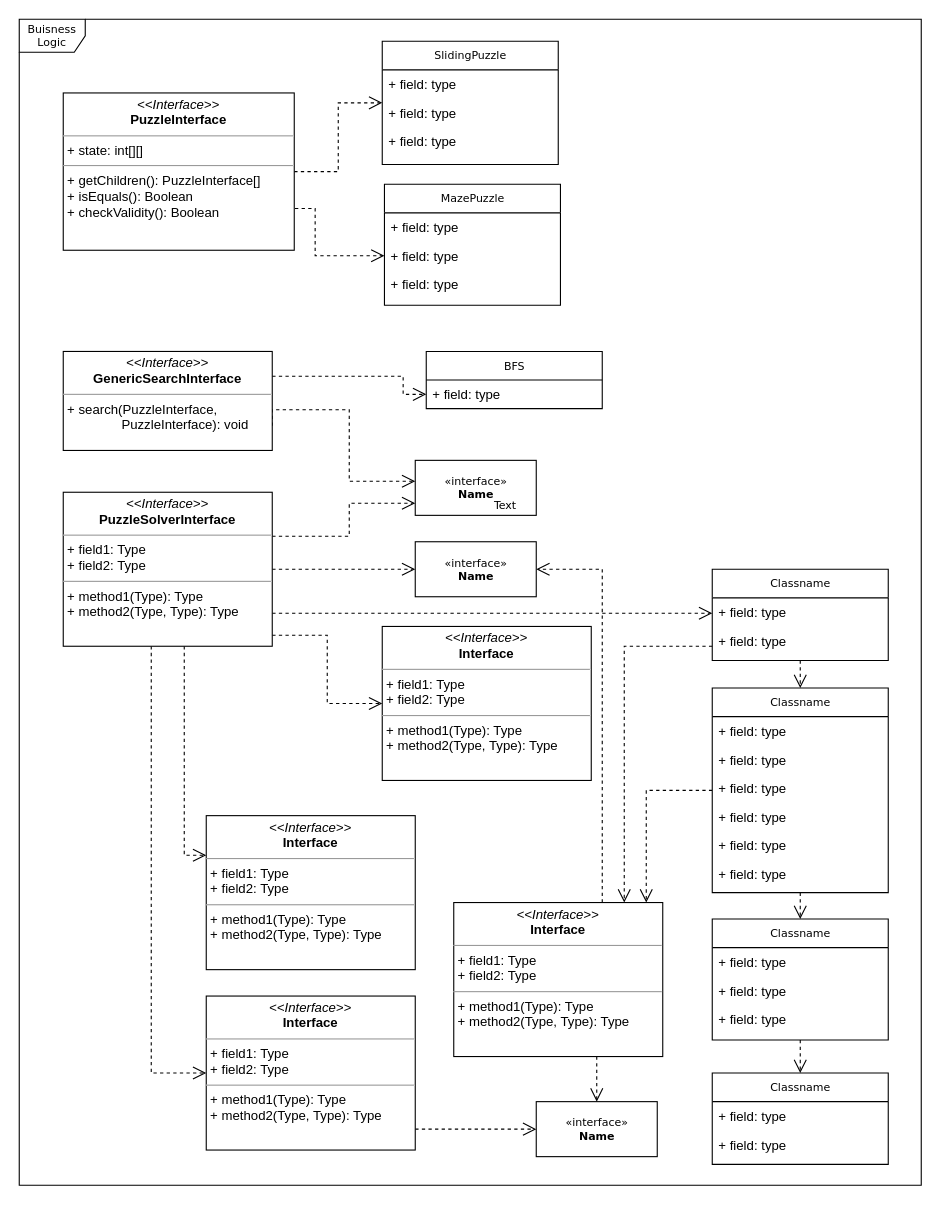
The draw.io diagram UML/diagram.drawio in interKoren/PuzzleSolver, before the edit. Source tidied: cells renumbered, new cells numbered last; positions are measured from the earlier drawing's top-left corner, leaving out a move shared by most shapes. Both pictures are drawn from the tidied source at 110%, with x=0, y=0 at pixel (19, 19).
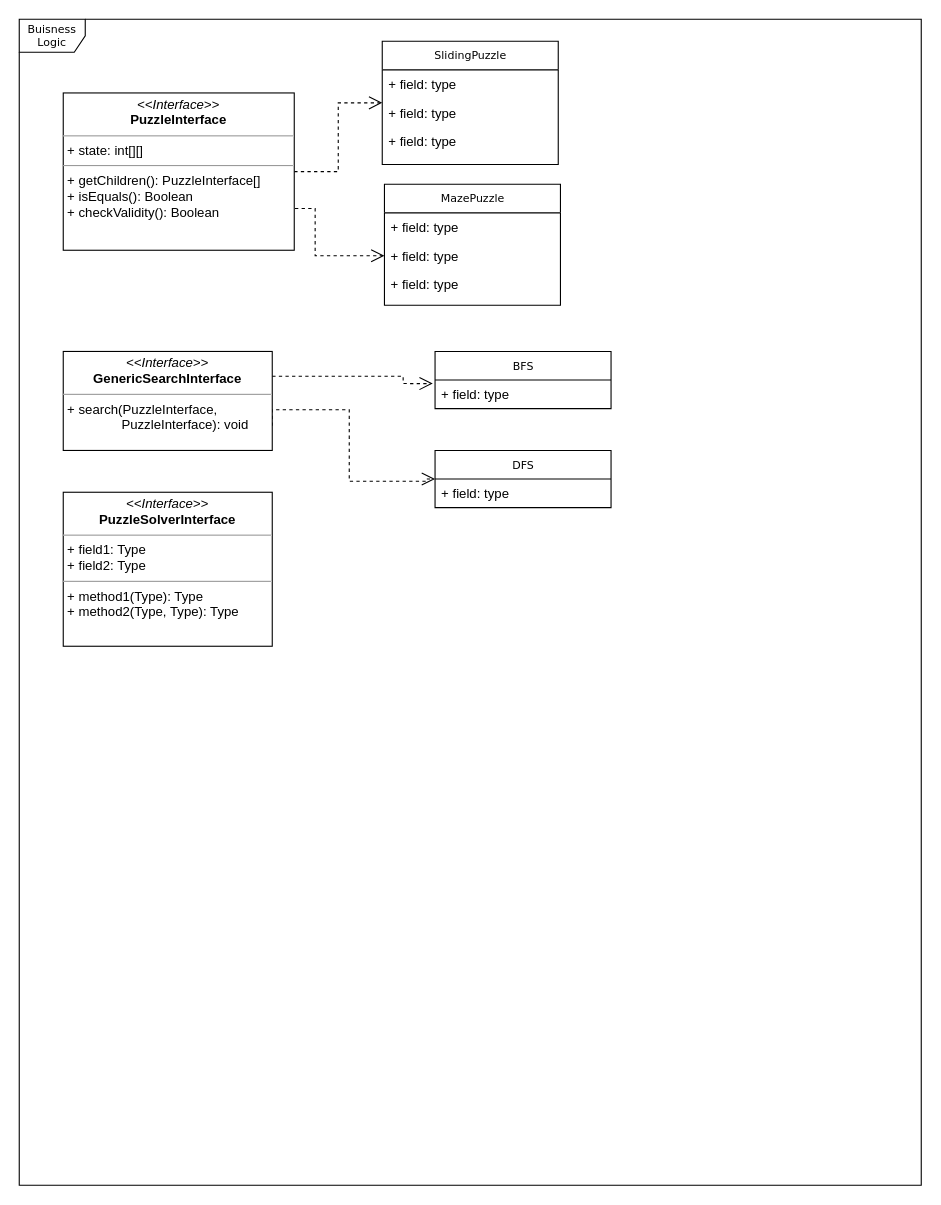
The same diagram, later.

Unchanged cells that the change refers to:
```xml
<mxCell id="47" value="&lt;p style=&quot;margin:0px;margin-top:4px;text-align:center;&quot;&gt;&lt;i&gt;&amp;lt;&amp;lt;Interface&amp;gt;&amp;gt;&lt;/i&gt;&lt;br&gt;&lt;b&gt;GenericSearchInterface&lt;/b&gt;&lt;/p&gt;&lt;hr size=&quot;1&quot;&gt;&lt;p style=&quot;margin:0px;margin-left:4px;&quot;&gt;&lt;/p&gt;&lt;p style=&quot;margin:0px;margin-left:4px;&quot;&gt;+ search(PuzzleInterface,&amp;nbsp;&lt;/p&gt;&lt;span style=&quot;white-space: pre;&quot;&gt;&#9;&lt;/span&gt;&lt;span style=&quot;white-space: pre;&quot;&gt;&#9;&lt;/span&gt;PuzzleInterface&lt;span style=&quot;background-color: initial;&quot;&gt;): void&lt;/span&gt;&lt;br&gt;&lt;p style=&quot;margin:0px;margin-left:4px;&quot;&gt;&lt;br&gt;&lt;/p&gt;" style="verticalAlign=top;align=left;overflow=fill;fontSize=12;fontFamily=Helvetica;html=1;rounded=0;shadow=0;comic=0;labelBackgroundColor=none;strokeWidth=1;" parent="1" vertex="1">
  <mxGeometry x="40" y="302" width="190" height="90" as="geometry" />
</mxCell>
<mxCell id="54" value="&lt;p style=&quot;margin:0px;margin-top:4px;text-align:center;&quot;&gt;&lt;i&gt;&amp;lt;&amp;lt;Interface&amp;gt;&amp;gt;&lt;/i&gt;&lt;br&gt;&lt;b&gt;PuzzleSolverInterface&lt;/b&gt;&lt;/p&gt;&lt;hr size=&quot;1&quot;&gt;&lt;p style=&quot;margin:0px;margin-left:4px;&quot;&gt;+ field1: Type&lt;br&gt;+ field2: Type&lt;/p&gt;&lt;hr size=&quot;1&quot;&gt;&lt;p style=&quot;margin:0px;margin-left:4px;&quot;&gt;+ method1(Type): Type&lt;br&gt;+ method2(Type, Type): Type&lt;/p&gt;" style="verticalAlign=top;align=left;overflow=fill;fontSize=12;fontFamily=Helvetica;html=1;rounded=0;shadow=0;comic=0;labelBackgroundColor=none;strokeWidth=1;" parent="1" vertex="1">
  <mxGeometry x="40" y="430" width="190" height="140" as="geometry" />
</mxCell>
<mxCell id="57" value="+ field: type" style="text;html=1;strokeColor=none;fillColor=none;align=left;verticalAlign=top;spacingLeft=4;spacingRight=4;whiteSpace=wrap;overflow=hidden;points=[[0,0.5],[1,0.5]];portConstraint=eastwest;" parent="56" vertex="1">
  <mxGeometry y="26" width="160" height="26" as="geometry" />
</mxCell>
```

Change to the diagram source:
```diff
@@
-    <mxCell id="3" style="edgeStyle=orthogonalEdgeStyle;rounded=0;html=1;dashed=1;labelBackgroundColor=none;startFill=0;endArrow=open;endFill=0;endSize=10;fontFamily=Verdana;fontSize=10;" parent="1" edge="1" source="5" target="35">
-      <mxGeometry relative="1" as="geometry">
-        <Array as="points">
-          <mxPoint x="570" y="701" />
-        </Array>
-      </mxGeometry>
-    </mxCell>
-    <mxCell id="4" style="edgeStyle=orthogonalEdgeStyle;rounded=0;html=1;dashed=1;labelBackgroundColor=none;startFill=0;endArrow=open;endFill=0;endSize=10;fontFamily=Verdana;fontSize=10;" parent="1" edge="1" source="5" target="24">
-      <mxGeometry relative="1" as="geometry" />
+    <mxCell id="4" style="edgeStyle=orthogonalEdgeStyle;rounded=0;html=1;dashed=1;labelBackgroundColor=none;startFill=0;endArrow=open;endFill=0;endSize=10;fontFamily=Verdana;fontSize=10;" parent="1" edge="1">
+      <mxGeometry relative="1" as="geometry">
+        <mxPoint x="710" y="794" as="sourcePoint" />
+      </mxGeometry>
     </mxCell>
-    <mxCell id="5" value="Classname" style="swimlane;html=1;fontStyle=0;horizontal=1;startSize=26;fillColor=none;swimlaneFillColor=#ffffff;rounded=0;shadow=0;comic=0;labelBackgroundColor=none;strokeWidth=1;fontFamily=Verdana;fontSize=10;align=center;" parent="1" vertex="1">
-      <mxGeometry x="630" y="608" width="160" height="186" as="geometry" />
-    </mxCell>
-    <mxCell id="6" value="+ field: type" style="text;html=1;strokeColor=none;fillColor=none;align=left;verticalAlign=top;spacingLeft=4;spacingRight=4;whiteSpace=wrap;overflow=hidden;" parent="5" vertex="1">
-      <mxGeometry y="26" width="160" height="26" as="geometry" />
-    </mxCell>
-    <mxCell id="7" value="+ field: type" style="text;html=1;strokeColor=none;fillColor=none;align=left;verticalAlign=top;spacingLeft=4;spacingRight=4;whiteSpace=wrap;overflow=hidden;" parent="5" vertex="1">
-      <mxGeometry y="52" width="160" height="26" as="geometry" />
-    </mxCell>
-    <mxCell id="8" value="+ field: type" style="text;html=1;strokeColor=none;fillColor=none;align=left;verticalAlign=top;spacingLeft=4;spacingRight=4;whiteSpace=wrap;overflow=hidden;" parent="5" vertex="1">
-      <mxGeometry y="78" width="160" height="26" as="geometry" />
-    </mxCell>
-    <mxCell id="9" value="+ field: type" style="text;html=1;strokeColor=none;fillColor=none;align=left;verticalAlign=top;spacingLeft=4;spacingRight=4;whiteSpace=wrap;overflow=hidden;" parent="5" vertex="1">
-      <mxGeometry y="104" width="160" height="26" as="geometry" />
-    </mxCell>
-    <mxCell id="10" value="+ field: type" style="text;html=1;strokeColor=none;fillColor=none;align=left;verticalAlign=top;spacingLeft=4;spacingRight=4;whiteSpace=wrap;overflow=hidden;" parent="5" vertex="1">
-      <mxGeometry y="130" width="160" height="26" as="geometry" />
-    </mxCell>
-    <mxCell id="11" value="+ field: type" style="text;html=1;strokeColor=none;fillColor=none;align=left;verticalAlign=top;spacingLeft=4;spacingRight=4;whiteSpace=wrap;overflow=hidden;" parent="5" vertex="1">
-      <mxGeometry y="156" width="160" height="26" as="geometry" />
-    </mxCell>
@@
-    <mxCell id="20" value="Classname" style="swimlane;html=1;fontStyle=0;horizontal=1;startSize=26;fillColor=none;swimlaneFillColor=#ffffff;rounded=0;shadow=0;comic=0;labelBackgroundColor=none;strokeWidth=1;fontFamily=Verdana;fontSize=10;align=center;" parent="1" vertex="1">
-      <mxGeometry x="630" y="958" width="160" height="83" as="geometry" />
-    </mxCell>
-    <mxCell id="21" value="+ field: type" style="text;html=1;strokeColor=none;fillColor=none;align=left;verticalAlign=top;spacingLeft=4;spacingRight=4;whiteSpace=wrap;overflow=hidden;" parent="20" vertex="1">
-      <mxGeometry y="26" width="160" height="26" as="geometry" />
-    </mxCell>
-    <mxCell id="22" value="+ field: type" style="text;html=1;strokeColor=none;fillColor=none;align=left;verticalAlign=top;spacingLeft=4;spacingRight=4;whiteSpace=wrap;overflow=hidden;" parent="20" vertex="1">
-      <mxGeometry y="52" width="160" height="26" as="geometry" />
-    </mxCell>
-    <mxCell id="23" style="edgeStyle=orthogonalEdgeStyle;rounded=0;html=1;dashed=1;labelBackgroundColor=none;startFill=0;endArrow=open;endFill=0;endSize=10;fontFamily=Verdana;fontSize=10;" parent="1" edge="1" source="24" target="20">
-      <mxGeometry relative="1" as="geometry" />
+    <mxCell id="23" style="edgeStyle=orthogonalEdgeStyle;rounded=0;html=1;dashed=1;labelBackgroundColor=none;startFill=0;endArrow=open;endFill=0;endSize=10;fontFamily=Verdana;fontSize=10;" parent="1" edge="1">
+      <mxGeometry relative="1" as="geometry">
+        <mxPoint x="710" y="928" as="sourcePoint" />
+      </mxGeometry>
     </mxCell>
-    <mxCell id="24" value="Classname" style="swimlane;html=1;fontStyle=0;horizontal=1;startSize=26;fillColor=none;swimlaneFillColor=#ffffff;rounded=0;shadow=0;comic=0;labelBackgroundColor=none;strokeWidth=1;fontFamily=Verdana;fontSize=10;align=center;" parent="1" vertex="1">
-      <mxGeometry x="630" y="818" width="160" height="110" as="geometry" />
-    </mxCell>
-    <mxCell id="25" value="+ field: type" style="text;html=1;strokeColor=none;fillColor=none;align=left;verticalAlign=top;spacingLeft=4;spacingRight=4;whiteSpace=wrap;overflow=hidden;" parent="24" vertex="1">
-      <mxGeometry y="26" width="160" height="26" as="geometry" />
-    </mxCell>
-    <mxCell id="26" value="+ field: type" style="text;html=1;strokeColor=none;fillColor=none;align=left;verticalAlign=top;spacingLeft=4;spacingRight=4;whiteSpace=wrap;overflow=hidden;" parent="24" vertex="1">
-      <mxGeometry y="52" width="160" height="26" as="geometry" />
-    </mxCell>
-    <mxCell id="27" value="+ field: type" style="text;html=1;strokeColor=none;fillColor=none;align=left;verticalAlign=top;spacingLeft=4;spacingRight=4;whiteSpace=wrap;overflow=hidden;" parent="24" vertex="1">
-      <mxGeometry y="78" width="160" height="26" as="geometry" />
-    </mxCell>
-    <mxCell id="28" style="edgeStyle=orthogonalEdgeStyle;rounded=0;html=1;dashed=1;labelBackgroundColor=none;startFill=0;endArrow=open;endFill=0;endSize=10;fontFamily=Verdana;fontSize=10;" parent="1" edge="1" source="29" target="5">
-      <mxGeometry relative="1" as="geometry" />
-    </mxCell>
-    <mxCell id="29" value="Classname" style="swimlane;html=1;fontStyle=0;horizontal=1;startSize=26;fillColor=none;swimlaneFillColor=#ffffff;rounded=0;shadow=0;comic=0;labelBackgroundColor=none;strokeWidth=1;fontFamily=Verdana;fontSize=10;align=center;" parent="1" vertex="1">
-      <mxGeometry x="630" y="500" width="160" height="83" as="geometry" />
-    </mxCell>
-    <mxCell id="30" value="+ field: type" style="text;html=1;strokeColor=none;fillColor=none;align=left;verticalAlign=top;spacingLeft=4;spacingRight=4;whiteSpace=wrap;overflow=hidden;" parent="29" vertex="1">
-      <mxGeometry y="26" width="160" height="26" as="geometry" />
-    </mxCell>
-    <mxCell id="31" value="+ field: type" style="text;html=1;strokeColor=none;fillColor=none;align=left;verticalAlign=top;spacingLeft=4;spacingRight=4;whiteSpace=wrap;overflow=hidden;" parent="29" vertex="1">
-      <mxGeometry y="52" width="160" height="26" as="geometry" />
-    </mxCell>
-    <mxCell id="32" value="&amp;laquo;interface&amp;raquo;&lt;br&gt;&lt;b&gt;Name&lt;/b&gt;" style="html=1;rounded=0;shadow=0;comic=0;labelBackgroundColor=none;strokeWidth=1;fontFamily=Verdana;fontSize=10;align=center;" parent="1" vertex="1">
-      <mxGeometry x="470" y="984" width="110" height="50" as="geometry" />
-    </mxCell>
-    <mxCell id="33" style="edgeStyle=orthogonalEdgeStyle;rounded=0;html=1;dashed=1;labelBackgroundColor=none;startFill=0;endArrow=open;endFill=0;endSize=10;fontFamily=Verdana;fontSize=10;" parent="1" edge="1" source="35" target="32">
+    <mxCell id="33" style="edgeStyle=orthogonalEdgeStyle;rounded=0;html=1;dashed=1;labelBackgroundColor=none;startFill=0;endArrow=open;endFill=0;endSize=10;fontFamily=Verdana;fontSize=10;" parent="1" edge="1">
       <mxGeometry relative="1" as="geometry">
+        <mxPoint x="525" y="943" as="sourcePoint" />
         <Array as="points">
           <mxPoint x="525" y="950" />
           <mxPoint x="525" y="950" />
         </Array>
       </mxGeometry>
     </mxCell>
-    <mxCell id="34" style="edgeStyle=orthogonalEdgeStyle;rounded=0;html=1;dashed=1;labelBackgroundColor=none;startFill=0;endArrow=open;endFill=0;endSize=10;fontFamily=Verdana;fontSize=10;" parent="1" edge="1" source="35" target="40">
-      <mxGeometry relative="1" as="geometry">
-        <Array as="points">
-          <mxPoint x="530" y="500" />
-        </Array>
-      </mxGeometry>
-    </mxCell>
-    <mxCell id="35" value="&lt;p style=&quot;margin:0px;margin-top:4px;text-align:center;&quot;&gt;&lt;i&gt;&amp;lt;&amp;lt;Interface&amp;gt;&amp;gt;&lt;/i&gt;&lt;br/&gt;&lt;b&gt;Interface&lt;/b&gt;&lt;/p&gt;&lt;hr size=&quot;1&quot;/&gt;&lt;p style=&quot;margin:0px;margin-left:4px;&quot;&gt;+ field1: Type&lt;br/&gt;+ field2: Type&lt;/p&gt;&lt;hr size=&quot;1&quot;/&gt;&lt;p style=&quot;margin:0px;margin-left:4px;&quot;&gt;+ method1(Type): Type&lt;br/&gt;+ method2(Type, Type): Type&lt;/p&gt;" style="verticalAlign=top;align=left;overflow=fill;fontSize=12;fontFamily=Helvetica;html=1;rounded=0;shadow=0;comic=0;labelBackgroundColor=none;strokeWidth=1;" parent="1" vertex="1">
-      <mxGeometry x="395" y="803" width="190" height="140" as="geometry" />
-    </mxCell>
-    <mxCell id="36" value="&lt;p style=&quot;margin:0px;margin-top:4px;text-align:center;&quot;&gt;&lt;i&gt;&amp;lt;&amp;lt;Interface&amp;gt;&amp;gt;&lt;/i&gt;&lt;br/&gt;&lt;b&gt;Interface&lt;/b&gt;&lt;/p&gt;&lt;hr size=&quot;1&quot;/&gt;&lt;p style=&quot;margin:0px;margin-left:4px;&quot;&gt;+ field1: Type&lt;br/&gt;+ field2: Type&lt;/p&gt;&lt;hr size=&quot;1&quot;/&gt;&lt;p style=&quot;margin:0px;margin-left:4px;&quot;&gt;+ method1(Type): Type&lt;br/&gt;+ method2(Type, Type): Type&lt;/p&gt;" style="verticalAlign=top;align=left;overflow=fill;fontSize=12;fontFamily=Helvetica;html=1;rounded=0;shadow=0;comic=0;labelBackgroundColor=none;strokeWidth=1;" parent="1" vertex="1">
-      <mxGeometry x="330" y="552" width="190" height="140" as="geometry" />
-    </mxCell>
-    <mxCell id="37" style="edgeStyle=orthogonalEdgeStyle;rounded=0;html=1;dashed=1;labelBackgroundColor=none;startFill=0;endArrow=open;endFill=0;endSize=10;fontFamily=Verdana;fontSize=10;" parent="1" edge="1" source="38" target="32">
-      <mxGeometry relative="1" as="geometry">
-        <Array as="points">
-          <mxPoint x="390" y="1009" />
-          <mxPoint x="390" y="1009" />
-        </Array>
-      </mxGeometry>
-    </mxCell>
-    <mxCell id="38" value="&lt;p style=&quot;margin:0px;margin-top:4px;text-align:center;&quot;&gt;&lt;i&gt;&amp;lt;&amp;lt;Interface&amp;gt;&amp;gt;&lt;/i&gt;&lt;br/&gt;&lt;b&gt;Interface&lt;/b&gt;&lt;/p&gt;&lt;hr size=&quot;1&quot;/&gt;&lt;p style=&quot;margin:0px;margin-left:4px;&quot;&gt;+ field1: Type&lt;br/&gt;+ field2: Type&lt;/p&gt;&lt;hr size=&quot;1&quot;/&gt;&lt;p style=&quot;margin:0px;margin-left:4px;&quot;&gt;+ method1(Type): Type&lt;br/&gt;+ method2(Type, Type): Type&lt;/p&gt;" style="verticalAlign=top;align=left;overflow=fill;fontSize=12;fontFamily=Helvetica;html=1;rounded=0;shadow=0;comic=0;labelBackgroundColor=none;strokeWidth=1;" parent="1" vertex="1">
-      <mxGeometry x="170" y="888" width="190" height="140" as="geometry" />
-    </mxCell>
-    <mxCell id="39" value="&lt;p style=&quot;margin:0px;margin-top:4px;text-align:center;&quot;&gt;&lt;i&gt;&amp;lt;&amp;lt;Interface&amp;gt;&amp;gt;&lt;/i&gt;&lt;br/&gt;&lt;b&gt;Interface&lt;/b&gt;&lt;/p&gt;&lt;hr size=&quot;1&quot;/&gt;&lt;p style=&quot;margin:0px;margin-left:4px;&quot;&gt;+ field1: Type&lt;br/&gt;+ field2: Type&lt;/p&gt;&lt;hr size=&quot;1&quot;/&gt;&lt;p style=&quot;margin:0px;margin-left:4px;&quot;&gt;+ method1(Type): Type&lt;br/&gt;+ method2(Type, Type): Type&lt;/p&gt;" style="verticalAlign=top;align=left;overflow=fill;fontSize=12;fontFamily=Helvetica;html=1;rounded=0;shadow=0;comic=0;labelBackgroundColor=none;strokeWidth=1;" parent="1" vertex="1">
-      <mxGeometry x="170" y="724" width="190" height="140" as="geometry" />
-    </mxCell>
-    <mxCell id="40" value="&amp;laquo;interface&amp;raquo;&lt;br&gt;&lt;b&gt;Name&lt;/b&gt;" style="html=1;rounded=0;shadow=0;comic=0;labelBackgroundColor=none;strokeWidth=1;fontFamily=Verdana;fontSize=10;align=center;" parent="1" vertex="1">
-      <mxGeometry x="360" y="475" width="110" height="50" as="geometry" />
-    </mxCell>
-    <mxCell id="41" value="&amp;laquo;interface&amp;raquo;&lt;br&gt;&lt;b&gt;Name&lt;/b&gt;" style="html=1;rounded=0;shadow=0;comic=0;labelBackgroundColor=none;strokeWidth=1;fontFamily=Verdana;fontSize=10;align=center;" parent="1" vertex="1">
-      <mxGeometry x="360" y="401" width="110" height="50" as="geometry" />
-    </mxCell>
-    <mxCell id="42" value="Text" style="text;html=1;align=left;verticalAlign=top;spacingTop=-4;fontSize=10;fontFamily=Verdana;fontColor=#000000;" parent="1" vertex="1">
-      <mxGeometry x="430" y="434" width="40" height="10" as="geometry" />
-    </mxCell>
@@
-    <mxCell id="46" style="edgeStyle=orthogonalEdgeStyle;rounded=0;html=1;exitX=1;exitY=0.75;dashed=1;labelBackgroundColor=none;startFill=0;endArrow=open;endFill=0;endSize=10;fontFamily=Verdana;fontSize=10;" parent="1" edge="1" source="47" target="41">
+    <mxCell id="46" style="edgeStyle=orthogonalEdgeStyle;rounded=0;html=1;exitX=1;exitY=0.75;dashed=1;labelBackgroundColor=none;startFill=0;endArrow=open;endFill=0;endSize=10;fontFamily=Verdana;fontSize=10;entryX=0;entryY=0.5;entryDx=0;entryDy=0;" parent="1" edge="1" source="47" target="59">
       <mxGeometry relative="1" as="geometry">
         <Array as="points">
+          <mxPoint x="230" y="355" />
           <mxPoint x="300" y="355" />
           <mxPoint x="300" y="420" />
+          <mxPoint x="370" y="420" />
         </Array>
       </mxGeometry>
     </mxCell>
@@
-    <mxCell id="48" style="edgeStyle=orthogonalEdgeStyle;rounded=0;html=1;dashed=1;labelBackgroundColor=none;startFill=0;endArrow=open;endFill=0;endSize=10;fontFamily=Verdana;fontSize=10;" parent="1" edge="1" source="54" target="41">
-      <mxGeometry relative="1" as="geometry">
-        <Array as="points">
-          <mxPoint x="300" y="470" />
-          <mxPoint x="300" y="440" />
-        </Array>
-      </mxGeometry>
-    </mxCell>
-    <mxCell id="49" style="edgeStyle=orthogonalEdgeStyle;rounded=0;html=1;dashed=1;labelBackgroundColor=none;startFill=0;endArrow=open;endFill=0;endSize=10;fontFamily=Verdana;fontSize=10;" parent="1" edge="1" source="54" target="40">
-      <mxGeometry relative="1" as="geometry" />
-    </mxCell>
-    <mxCell id="50" style="edgeStyle=orthogonalEdgeStyle;rounded=0;html=1;dashed=1;labelBackgroundColor=none;startFill=0;endArrow=open;endFill=0;endSize=10;fontFamily=Verdana;fontSize=10;" parent="1" edge="1" source="54" target="36">
-      <mxGeometry relative="1" as="geometry">
-        <Array as="points">
-          <mxPoint x="280" y="560" />
-          <mxPoint x="280" y="622" />
-        </Array>
-      </mxGeometry>
-    </mxCell>
-    <mxCell id="51" style="edgeStyle=orthogonalEdgeStyle;rounded=0;html=1;dashed=1;labelBackgroundColor=none;startFill=0;endArrow=open;endFill=0;endSize=10;fontFamily=Verdana;fontSize=10;" parent="1" edge="1" source="54" target="29">
-      <mxGeometry relative="1" as="geometry">
-        <Array as="points">
-          <mxPoint x="330" y="540" />
-          <mxPoint x="330" y="540" />
-        </Array>
-      </mxGeometry>
-    </mxCell>
-    <mxCell id="52" style="edgeStyle=orthogonalEdgeStyle;rounded=0;html=1;dashed=1;labelBackgroundColor=none;startFill=0;endArrow=open;endFill=0;endSize=10;fontFamily=Verdana;fontSize=10;" parent="1" edge="1" source="54" target="39">
-      <mxGeometry relative="1" as="geometry">
-        <Array as="points">
-          <mxPoint x="150" y="760" />
-        </Array>
-      </mxGeometry>
-    </mxCell>
-    <mxCell id="53" style="edgeStyle=orthogonalEdgeStyle;rounded=0;html=1;dashed=1;labelBackgroundColor=none;startFill=0;endArrow=open;endFill=0;endSize=10;fontFamily=Verdana;fontSize=10;" parent="1" edge="1" source="54" target="38">
-      <mxGeometry relative="1" as="geometry">
-        <Array as="points">
-          <mxPoint x="120" y="958" />
-        </Array>
-      </mxGeometry>
-    </mxCell>
@@
-    <mxCell id="55" style="edgeStyle=orthogonalEdgeStyle;rounded=0;html=1;dashed=1;labelBackgroundColor=none;startFill=0;endArrow=open;endFill=0;endSize=10;fontFamily=Verdana;fontSize=10;" parent="1" edge="1" source="29" target="35">
-      <mxGeometry relative="1" as="geometry">
-        <Array as="points">
-          <mxPoint x="550" y="570" />
-        </Array>
-      </mxGeometry>
-    </mxCell>
     <mxCell id="56" value="BFS" style="swimlane;html=1;fontStyle=0;horizontal=1;startSize=26;fillColor=none;swimlaneFillColor=#ffffff;rounded=0;shadow=0;comic=0;labelBackgroundColor=none;strokeWidth=1;fontFamily=Verdana;fontSize=10;align=center;" parent="1" vertex="1">
-      <mxGeometry x="370" y="302" width="160" height="52" as="geometry" />
+      <mxGeometry x="378" y="302" width="160" height="52" as="geometry" />
     </mxCell>
@@
-    <mxCell id="58" style="edgeStyle=orthogonalEdgeStyle;rounded=0;html=1;exitX=1;exitY=0.25;dashed=1;labelBackgroundColor=none;startFill=0;endArrow=open;endFill=0;endSize=10;fontFamily=Verdana;fontSize=10;exitDx=0;exitDy=0;entryX=0;entryY=0.5;entryDx=0;entryDy=0;" parent="1" edge="1" source="47" target="57">
+    <mxCell id="58" style="edgeStyle=orthogonalEdgeStyle;rounded=0;html=1;exitX=1;exitY=0.25;dashed=1;labelBackgroundColor=none;startFill=0;endArrow=open;endFill=0;endSize=10;fontFamily=Verdana;fontSize=10;exitDx=0;exitDy=0;entryX=-0.013;entryY=0.124;entryDx=0;entryDy=0;entryPerimeter=0;" parent="1" edge="1" source="47" target="57">
       <mxGeometry relative="1" as="geometry">
         <Array as="points">
           <mxPoint x="349" y="325" />
-          <mxPoint x="349" y="341" />
+          <mxPoint x="349" y="331" />
         </Array>
       </mxGeometry>
     </mxCell>
+    <mxCell id="59" value="DFS" style="swimlane;html=1;fontStyle=0;horizontal=1;startSize=26;fillColor=none;swimlaneFillColor=#ffffff;rounded=0;shadow=0;comic=0;labelBackgroundColor=none;strokeWidth=1;fontFamily=Verdana;fontSize=10;align=center;" parent="1" vertex="1">
+      <mxGeometry x="378" y="392" width="160" height="52" as="geometry" />
+    </mxCell>
+    <mxCell id="60" value="+ field: type" style="text;html=1;strokeColor=none;fillColor=none;align=left;verticalAlign=top;spacingLeft=4;spacingRight=4;whiteSpace=wrap;overflow=hidden;" parent="59" vertex="1">
+      <mxGeometry y="26" width="160" height="26" as="geometry" />
+    </mxCell>
```
